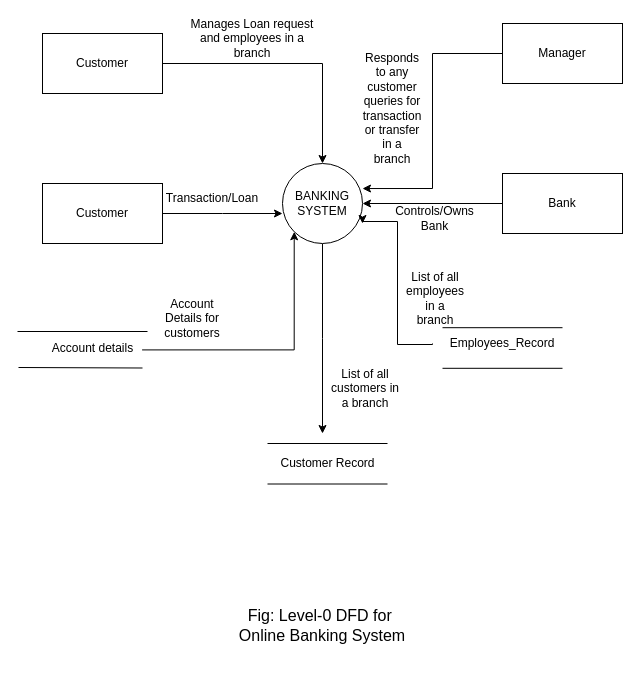
The draw.io diagram C2  - DFD Lvl-0 Online Banking System.drawio in Onehealthpoint/SAD-Lab, before the edit. Source tidied: cells renumbered, new cells numbered last; positions are measured from the earlier drawing's top-left corner, leaving out a move shared by most shapes. Both pictures are drawn from the tidied source at 100%, with x=0, y=0 at pixel (17, 23).
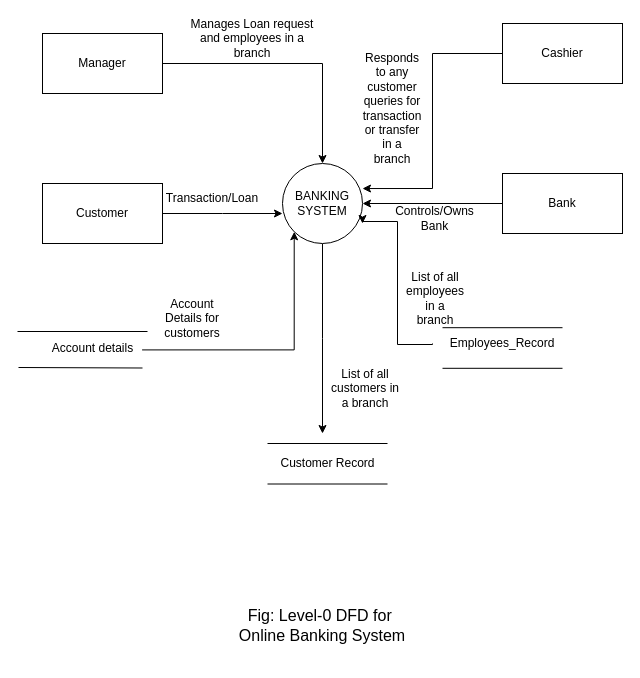
The same page after the edit.

The edit, as a diff of the source:
```diff
@@
-    <mxCell id="5" value="Customer" style="rounded=0;whiteSpace=wrap;html=1;" parent="1" vertex="1">
+    <mxCell id="5" value="Manager" style="rounded=0;whiteSpace=wrap;html=1;" parent="1" vertex="1">
       <mxGeometry x="25" y="10" width="120" height="60" as="geometry" />
     </mxCell>
-    <mxCell id="6" value="Manager" style="rounded=0;whiteSpace=wrap;html=1;" parent="1" vertex="1">
+    <mxCell id="6" value="Cashier" style="rounded=0;whiteSpace=wrap;html=1;" parent="1" vertex="1">
       <mxGeometry x="485" width="120" height="60" as="geometry" />
     </mxCell>
```
